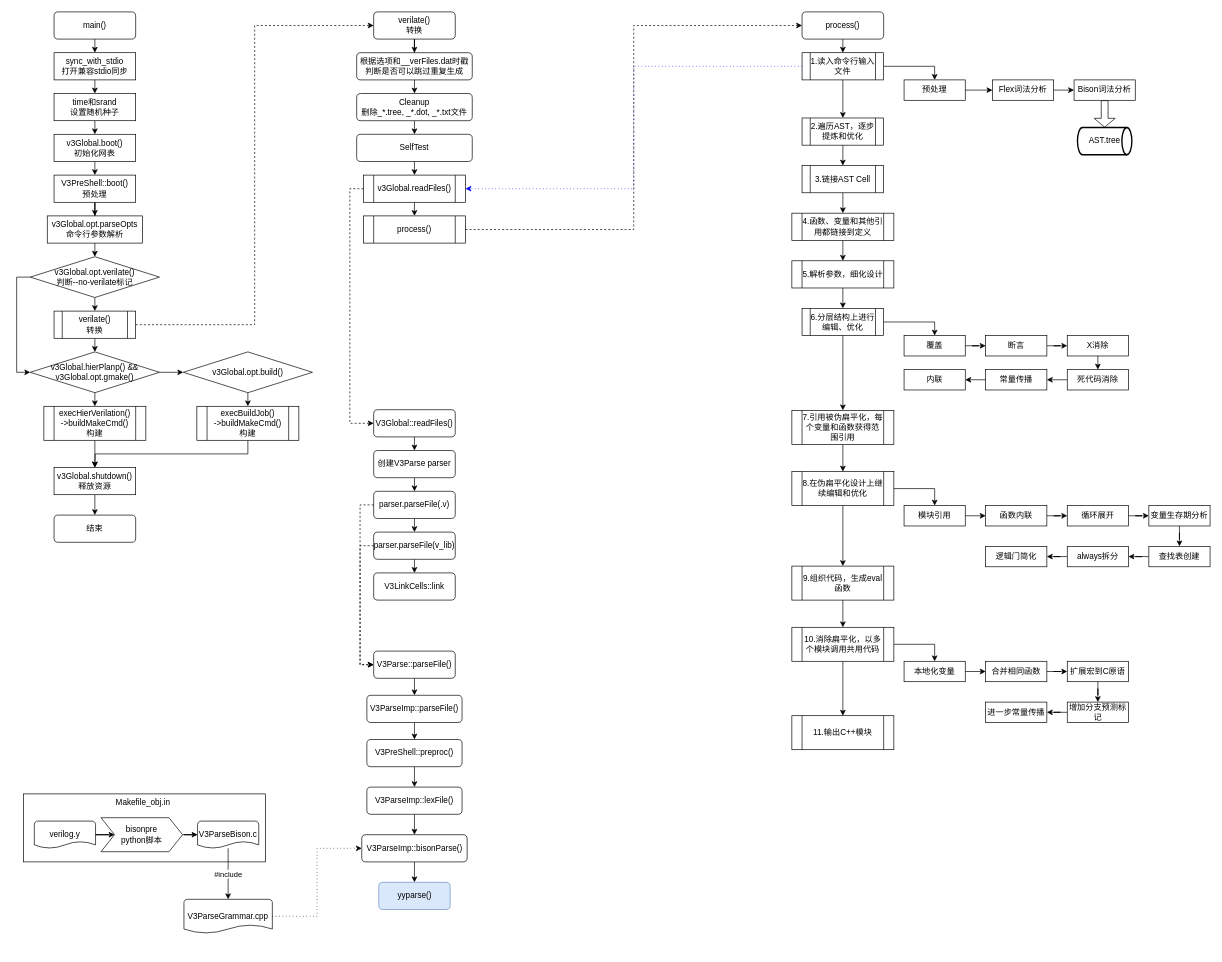
Earlier version of the draw.io diagram verilator_digrams/main().drawio (Dercury/CLDK). Source tidied: cells renumbered, new cells numbered last; positions are measured from the earlier drawing's top-left corner, leaving out a move shared by most shapes. Both pictures are drawn from the tidied source at 68%, with x=0, y=0 at pixel (23, 12).
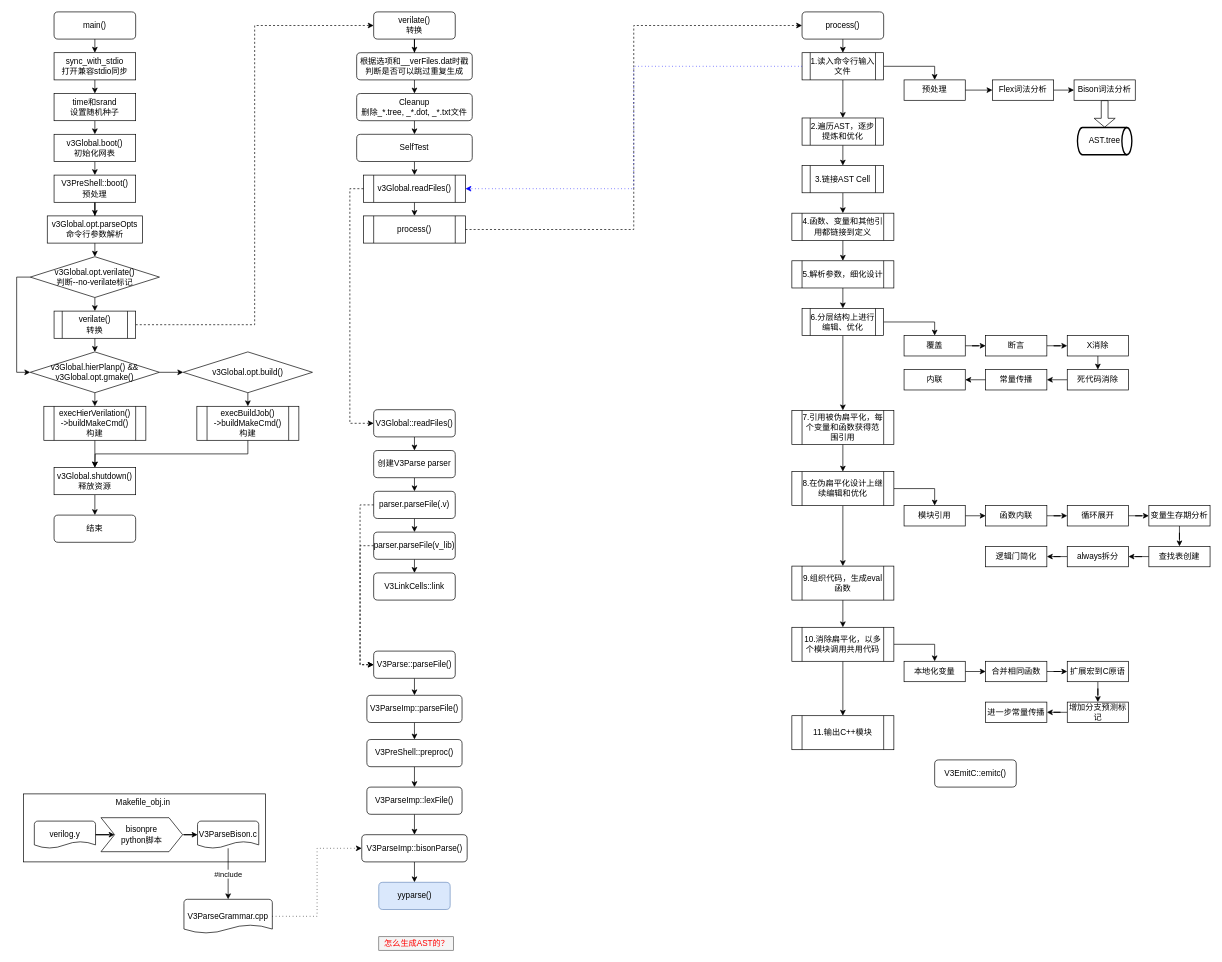
Above is the later version.

The edit, as a diff of the source:
```diff
@@
+    <mxCell id="145" value="怎么生成AST的？" style="text;html=1;align=center;verticalAlign=middle;strokeColor=#666666;fillColor=#f5f5f5;fontColor=#FF0000;" parent="1" vertex="1">
+      <mxGeometry x="522.5" y="1360" width="110" height="20" as="geometry" />
+    </mxCell>
+    <mxCell id="146" value="V3EmitC::emitc()" style="rounded=1;whiteSpace=wrap;html=1;fontSize=12;glass=0;strokeWidth=1;shadow=0;" parent="1" vertex="1">
+      <mxGeometry x="1340" y="1100" width="120" height="40" as="geometry" />
+    </mxCell>
```
